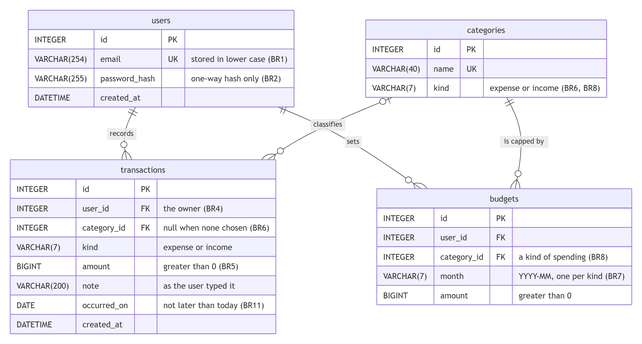
Above: docs/images/erd.png in SE-FDA-NEU/G5_AI66A_SE (Mermaid), before the change. Its source is kept beside it as docs/images/erd.mmd. Its diagram source:
```mermaid
erDiagram
    users ||--o{ transactions : "records"
    categories |o--o{ transactions : "classifies"
    users ||--o{ budgets : "sets"
    categories ||--o{ budgets : "is capped by"

    users {
        INTEGER id PK
        VARCHAR(254) email UK "stored in lower case (BR1)"
        VARCHAR(255) password_hash "one-way hash only (BR2)"
        DATETIME created_at
    }

    categories {
        INTEGER id PK
        VARCHAR(40) name UK
        VARCHAR(7) kind "expense or income (BR6, BR8)"
    }

    transactions {
        INTEGER id PK
        INTEGER user_id FK "the owner (BR4)"
        INTEGER category_id FK "null when none chosen (BR6)"
        VARCHAR(7) kind "expense or income"
        BIGINT amount "greater than 0 (BR5)"
        VARCHAR(200) note "as the user typed it"
        DATE occurred_on "not later than today (BR11)"
        DATETIME created_at
    }

    budgets {
        INTEGER id PK
        INTEGER user_id FK
        INTEGER category_id FK "a kind of spending (BR8)"
        VARCHAR(7) month "YYYY-MM, one per kind (BR7)"
        BIGINT amount "greater than 0"
    }
```
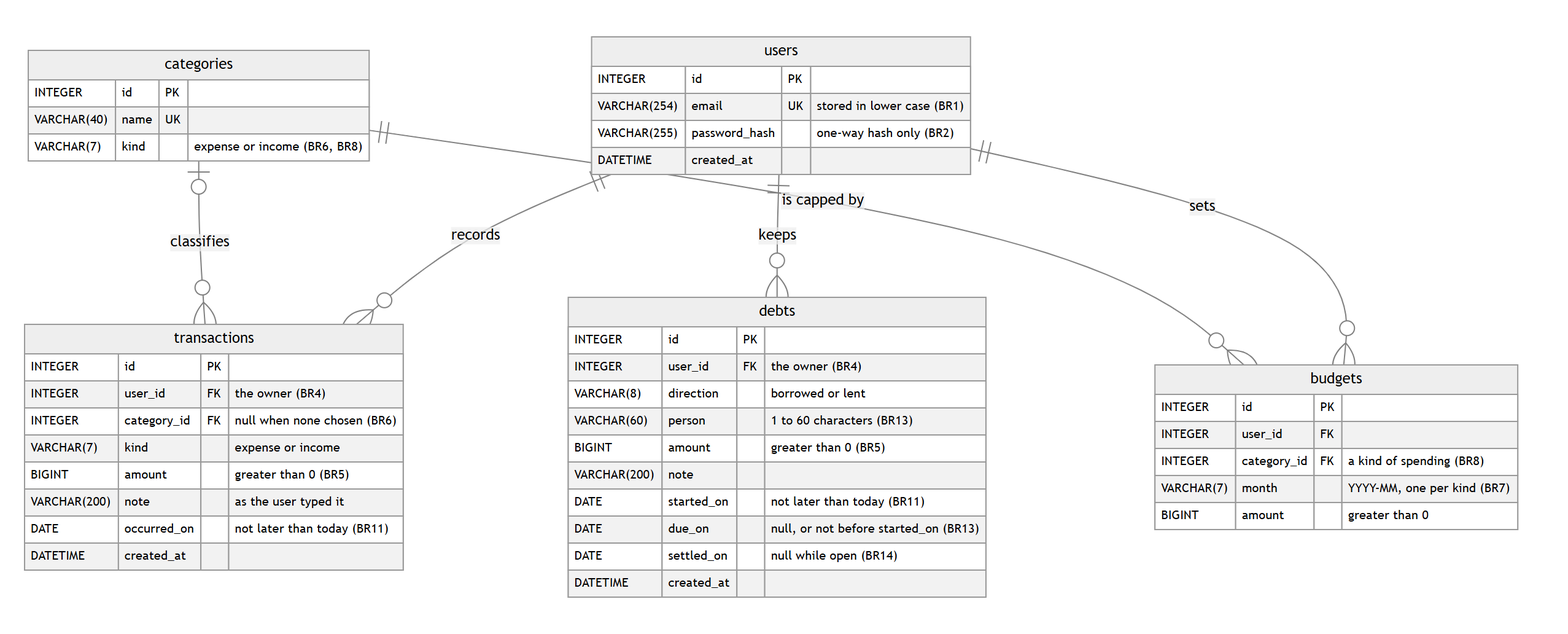
After the change.

Commit message:
docs(design): the debts table in the data model and the ERD

Refs #151

Diff of the diagram source:
```diff
@@ -3,6 +3,7 @@
     categories |o--o{ transactions : "classifies"
     users ||--o{ budgets : "sets"
     categories ||--o{ budgets : "is capped by"
+    users ||--o{ debts : "keeps"
 
     users {
         INTEGER id PK
@@ -35,3 +36,16 @@
         VARCHAR(7) month "YYYY-MM, one per kind (BR7)"
         BIGINT amount "greater than 0"
     }
+
+    debts {
+        INTEGER id PK
+        INTEGER user_id FK "the owner (BR4)"
+        VARCHAR(8) direction "borrowed or lent"
+        VARCHAR(60) person "1 to 60 characters (BR13)"
+        BIGINT amount "greater than 0 (BR5)"
+        VARCHAR(200) note
+        DATE started_on "not later than today (BR11)"
+        DATE due_on "null, or not before started_on (BR13)"
+        DATE settled_on "null while open (BR14)"
+        DATETIME created_at
+    }
```
